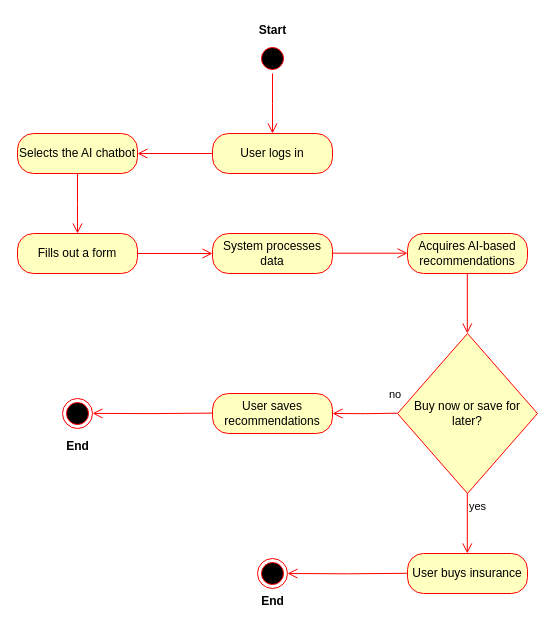
This is Project - Agile Software Engineering Diagram 4.drawio from Matasem-h/SimpleFlowcharts, a draw.io file, before an edit. Source tidied: cells renumbered, new cells numbered last; positions are measured from the earlier drawing's top-left corner, leaving out a move shared by most shapes. Both pictures are drawn from the tidied source at 100%, with x=0, y=0 at pixel (17, 17).
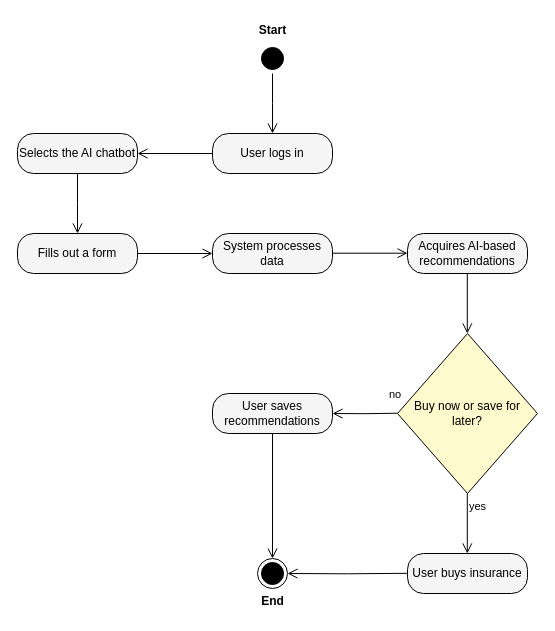
After the change.

What changed in the source:
```diff
@@
-    <mxCell id="2" style="edgeStyle=orthogonalEdgeStyle;html=1;verticalAlign=bottom;endArrow=open;endSize=8;strokeColor=#ff0000;rounded=0;exitX=0.5;exitY=1;exitDx=0;exitDy=0;" parent="1" edge="1" source="17">
+    <mxCell id="2" style="edgeStyle=orthogonalEdgeStyle;html=1;verticalAlign=bottom;endArrow=open;endSize=8;strokeColor=light-dark(#000000,#000000);rounded=0;exitX=0.5;exitY=1;exitDx=0;exitDy=0;" parent="1" edge="1" source="17">
       <mxGeometry relative="1" as="geometry">
         <mxPoint x="255" y="116" as="targetPoint" />
       </mxGeometry>
     </mxCell>
-    <mxCell id="3" value="User logs in" style="rounded=1;whiteSpace=wrap;html=1;arcSize=40;fontColor=#000000;fillColor=#ffffc0;strokeColor=#ff0000;" parent="1" vertex="1">
+    <mxCell id="3" value="User logs in" style="rounded=1;whiteSpace=wrap;html=1;arcSize=40;fontColor=#000000;fillColor=#F5F5F5;strokeColor=light-dark(#000000,#000000);" parent="1" vertex="1">
       <mxGeometry x="195" y="116" width="120" height="40" as="geometry" />
     </mxCell>
-    <mxCell id="4" style="edgeStyle=orthogonalEdgeStyle;html=1;verticalAlign=bottom;endArrow=open;endSize=8;strokeColor=#ff0000;rounded=0;exitX=0;exitY=0.5;exitDx=0;exitDy=0;entryX=1;entryY=0.5;entryDx=0;entryDy=0;" parent="1" edge="1" source="3" target="5">
+    <mxCell id="4" style="edgeStyle=orthogonalEdgeStyle;html=1;verticalAlign=bottom;endArrow=open;endSize=8;strokeColor=light-dark(#000000,#000000);rounded=0;exitX=0;exitY=0.5;exitDx=0;exitDy=0;entryX=1;entryY=0.5;entryDx=0;entryDy=0;" parent="1" edge="1" source="3" target="5">
       <mxGeometry relative="1" as="geometry" />
     </mxCell>
-    <mxCell id="5" value="Selects the AI chatbot" style="rounded=1;whiteSpace=wrap;html=1;arcSize=40;fontColor=#000000;fillColor=#ffffc0;strokeColor=#ff0000;" parent="1" vertex="1">
+    <mxCell id="5" value="Selects the AI chatbot" style="rounded=1;whiteSpace=wrap;html=1;arcSize=40;fontColor=#000000;fillColor=#F5F5F5;strokeColor=light-dark(#000000,#000000);" parent="1" vertex="1">
       <mxGeometry y="116" width="120" height="40" as="geometry" />
     </mxCell>
-    <mxCell id="6" style="edgeStyle=orthogonalEdgeStyle;html=1;verticalAlign=bottom;endArrow=open;endSize=8;strokeColor=#ff0000;rounded=0;" parent="1" edge="1" source="5">
+    <mxCell id="6" style="edgeStyle=orthogonalEdgeStyle;html=1;verticalAlign=bottom;endArrow=open;endSize=8;strokeColor=light-dark(#000000,#000000);rounded=0;" parent="1" edge="1" source="5">
       <mxGeometry relative="1" as="geometry">
         <mxPoint x="60" y="216" as="targetPoint" />
       </mxGeometry>
     </mxCell>
-    <mxCell id="7" value="System processes data" style="rounded=1;whiteSpace=wrap;html=1;arcSize=40;fontColor=#000000;fillColor=#ffffc0;strokeColor=#ff0000;" parent="1" vertex="1">
+    <mxCell id="7" value="System processes data" style="rounded=1;whiteSpace=wrap;html=1;arcSize=40;fontColor=#000000;fillColor=#F5F5F5;strokeColor=light-dark(#000000,#000000);" parent="1" vertex="1">
       <mxGeometry x="195" y="216" width="120" height="40" as="geometry" />
     </mxCell>
-    <mxCell id="8" value="Fills out a form" style="rounded=1;whiteSpace=wrap;html=1;arcSize=40;fontColor=#000000;fillColor=#ffffc0;strokeColor=#ff0000;" parent="1" vertex="1">
+    <mxCell id="8" value="Fills out a form" style="rounded=1;whiteSpace=wrap;html=1;arcSize=40;fontColor=#000000;fillColor=#F5F5F5;strokeColor=light-dark(#000000,#000000);" parent="1" vertex="1">
       <mxGeometry y="216" width="120" height="40" as="geometry" />
     </mxCell>
-    <mxCell id="9" style="edgeStyle=orthogonalEdgeStyle;html=1;verticalAlign=bottom;endArrow=open;endSize=8;strokeColor=#ff0000;rounded=0;exitX=1;exitY=0.5;exitDx=0;exitDy=0;entryX=0;entryY=0.5;entryDx=0;entryDy=0;" parent="1" edge="1" source="8" target="7">
+    <mxCell id="9" style="edgeStyle=orthogonalEdgeStyle;html=1;verticalAlign=bottom;endArrow=open;endSize=8;strokeColor=light-dark(#000000,#000000);rounded=0;exitX=1;exitY=0.5;exitDx=0;exitDy=0;entryX=0;entryY=0.5;entryDx=0;entryDy=0;" parent="1" edge="1" source="8" target="7">
       <mxGeometry relative="1" as="geometry" />
     </mxCell>
-    <mxCell id="10" value="Acquires AI-based recommendations" style="rounded=1;whiteSpace=wrap;html=1;arcSize=40;fontColor=#000000;fillColor=#ffffc0;strokeColor=#ff0000;" parent="1" vertex="1">
+    <mxCell id="10" value="Acquires AI-based recommendations" style="rounded=1;whiteSpace=wrap;html=1;arcSize=40;fontColor=#000000;fillColor=#F5F5F5;strokeColor=light-dark(#000000,#000000);" parent="1" vertex="1">
       <mxGeometry x="390" y="216" width="120" height="40" as="geometry" />
     </mxCell>
-    <mxCell id="11" style="edgeStyle=orthogonalEdgeStyle;html=1;verticalAlign=bottom;endArrow=open;endSize=8;strokeColor=#ff0000;rounded=0;exitX=1;exitY=0.5;exitDx=0;exitDy=0;entryX=0;entryY=0.5;entryDx=0;entryDy=0;" parent="1" edge="1">
+    <mxCell id="11" style="edgeStyle=orthogonalEdgeStyle;html=1;verticalAlign=bottom;endArrow=open;endSize=8;strokeColor=light-dark(#000000,#000000);rounded=0;exitX=1;exitY=0.5;exitDx=0;exitDy=0;entryX=0;entryY=0.5;entryDx=0;entryDy=0;" parent="1" edge="1">
       <mxGeometry relative="1" as="geometry">
         <mxPoint x="315" y="235.7" as="sourcePoint" />
         <mxPoint x="390" y="235.7" as="targetPoint" />
       </mxGeometry>
     </mxCell>
-    <mxCell id="12" value="Buy now or save for later?" style="rhombus;whiteSpace=wrap;html=1;fontColor=#000000;fillColor=#ffffc0;strokeColor=#ff0000;" parent="1" vertex="1">
+    <mxCell id="12" value="Buy now or save for later?" style="rhombus;whiteSpace=wrap;html=1;fontColor=#000000;fillColor=#FFFACD;strokeColor=light-dark(#000000,#000000);" parent="1" vertex="1">
       <mxGeometry x="380" y="316" width="140" height="160" as="geometry" />
     </mxCell>
-    <mxCell id="13" value="User buys insurance" style="rounded=1;whiteSpace=wrap;html=1;arcSize=40;fontColor=#000000;fillColor=#ffffc0;strokeColor=#ff0000;" parent="1" vertex="1">
+    <mxCell id="13" value="User buys insurance" style="rounded=1;whiteSpace=wrap;html=1;arcSize=40;fontColor=#000000;fillColor=#F5F5F5;strokeColor=light-dark(#000000,#000000);" parent="1" vertex="1">
       <mxGeometry x="390" y="536" width="120" height="40" as="geometry" />
     </mxCell>
-    <mxCell id="14" value="User saves recommendations" style="rounded=1;whiteSpace=wrap;html=1;arcSize=40;fontColor=#000000;fillColor=#ffffc0;strokeColor=#ff0000;" parent="1" vertex="1">
+    <mxCell id="14" value="User saves recommendations" style="rounded=1;whiteSpace=wrap;html=1;arcSize=40;fontColor=#000000;fillColor=#F5F5F5;strokeColor=light-dark(#000000,#000000);" parent="1" vertex="1">
       <mxGeometry x="195" y="376" width="120" height="40" as="geometry" />
     </mxCell>
-    <mxCell id="15" style="ellipse;html=1;shape=endState;fillColor=#000000;strokeColor=#ff0000;" parent="1" vertex="1">
-      <mxGeometry x="45" y="381" width="30" height="30" as="geometry" />
-    </mxCell>
-    <mxCell id="16" value="End" style="text;align=center;fontStyle=1;verticalAlign=middle;spacingLeft=3;spacingRight=3;strokeColor=none;html=1;" parent="1" vertex="1">
-      <mxGeometry x="20" y="416" width="80" height="26" as="geometry" />
-    </mxCell>
-    <mxCell id="17" style="ellipse;html=1;shape=startState;fillColor=#000000;strokeColor=#ff0000;" parent="1" vertex="1">
+    <mxCell id="17" style="ellipse;html=1;shape=startState;fillColor=#000000;strokeColor=light-dark(#000000,#000000);" parent="1" vertex="1">
       <mxGeometry x="240" y="26" width="30" height="30" as="geometry" />
     </mxCell>
@@
-    <mxCell id="19" value="no" style="edgeStyle=orthogonalEdgeStyle;html=1;align=left;verticalAlign=bottom;endArrow=open;endSize=8;strokeColor=#ff0000;rounded=0;exitX=0;exitY=0.5;exitDx=0;exitDy=0;entryX=1;entryY=0.5;entryDx=0;entryDy=0;" parent="1" edge="1">
+    <mxCell id="19" value="no" style="edgeStyle=orthogonalEdgeStyle;html=1;align=left;verticalAlign=bottom;endArrow=open;endSize=8;strokeColor=light-dark(#000000,#000000);rounded=0;exitX=0;exitY=0.5;exitDx=0;exitDy=0;entryX=1;entryY=0.5;entryDx=0;entryDy=0;" parent="1" edge="1">
       <mxGeometry x="-0.7" y="-10" relative="1" as="geometry">
         <mxPoint x="380" y="395.7" as="sourcePoint" />
         <mxPoint x="315" y="396" as="targetPoint" />
       </mxGeometry>
     </mxCell>
-    <mxCell id="20" value="yes" style="edgeStyle=orthogonalEdgeStyle;html=1;align=left;verticalAlign=top;endArrow=open;endSize=8;strokeColor=#ff0000;rounded=0;exitX=0.5;exitY=1;exitDx=0;exitDy=0;" parent="1" edge="1">
+    <mxCell id="20" value="yes" style="edgeStyle=orthogonalEdgeStyle;html=1;align=left;verticalAlign=top;endArrow=open;endSize=8;strokeColor=light-dark(#000000,#000000);rounded=0;exitX=0.5;exitY=1;exitDx=0;exitDy=0;" parent="1" edge="1">
       <mxGeometry x="-1" relative="1" as="geometry">
         <mxPoint x="449.8" y="476" as="sourcePoint" />
         <mxPoint x="449.8" y="536" as="targetPoint" />
       </mxGeometry>
     </mxCell>
-    <mxCell id="21" style="ellipse;html=1;shape=endState;fillColor=#000000;strokeColor=#ff0000;" parent="1" vertex="1">
+    <mxCell id="21" style="ellipse;html=1;shape=endState;fillColor=#000000;strokeColor=light-dark(#000000,#000000);" parent="1" vertex="1">
       <mxGeometry x="240" y="541" width="30" height="30" as="geometry" />
     </mxCell>
@@
-    <mxCell id="23" style="edgeStyle=orthogonalEdgeStyle;html=1;verticalAlign=bottom;endArrow=open;endSize=8;strokeColor=#ff0000;rounded=0;exitX=0.5;exitY=1;exitDx=0;exitDy=0;" parent="1" edge="1">
+    <mxCell id="23" style="edgeStyle=orthogonalEdgeStyle;html=1;verticalAlign=bottom;endArrow=open;endSize=8;strokeColor=light-dark(#000000,#000000);rounded=0;exitX=0.5;exitY=1;exitDx=0;exitDy=0;" parent="1" edge="1">
       <mxGeometry relative="1" as="geometry">
         <mxPoint x="449.8" y="256" as="sourcePoint" />
         <mxPoint x="449.8" y="316" as="targetPoint" />
       </mxGeometry>
     </mxCell>
-    <mxCell id="24" style="edgeStyle=orthogonalEdgeStyle;html=1;verticalAlign=bottom;endArrow=open;endSize=8;strokeColor=#ff0000;rounded=0;exitX=1;exitY=0.5;exitDx=0;exitDy=0;entryX=1;entryY=0.5;entryDx=0;entryDy=0;" parent="1" edge="1" target="21">
+    <mxCell id="24" style="edgeStyle=orthogonalEdgeStyle;html=1;verticalAlign=bottom;endArrow=open;endSize=8;strokeColor=light-dark(#000000,#000000);rounded=0;exitX=1;exitY=0.5;exitDx=0;exitDy=0;entryX=1;entryY=0.5;entryDx=0;entryDy=0;" parent="1" edge="1" target="21">
       <mxGeometry relative="1" as="geometry">
         <mxPoint x="390" y="555.8" as="sourcePoint" />
       </mxGeometry>
     </mxCell>
-    <mxCell id="25" style="edgeStyle=orthogonalEdgeStyle;html=1;verticalAlign=bottom;endArrow=open;endSize=8;strokeColor=#ff0000;rounded=0;exitX=1;exitY=0.5;exitDx=0;exitDy=0;entryX=1;entryY=0.5;entryDx=0;entryDy=0;" parent="1" edge="1">
-      <mxGeometry relative="1" as="geometry">
-        <mxPoint x="195" y="395.6" as="sourcePoint" />
-        <mxPoint x="75" y="395.9" as="targetPoint" />
-      </mxGeometry>
+    <mxCell id="25" style="edgeStyle=orthogonalEdgeStyle;html=1;verticalAlign=bottom;endArrow=open;endSize=8;strokeColor=light-dark(#000000,#000000);rounded=0;exitX=0.5;exitY=1;exitDx=0;exitDy=0;entryX=0.5;entryY=0;entryDx=0;entryDy=0;" parent="1" edge="1" source="14" target="21">
+      <mxGeometry relative="1" as="geometry" />
     </mxCell>
```
